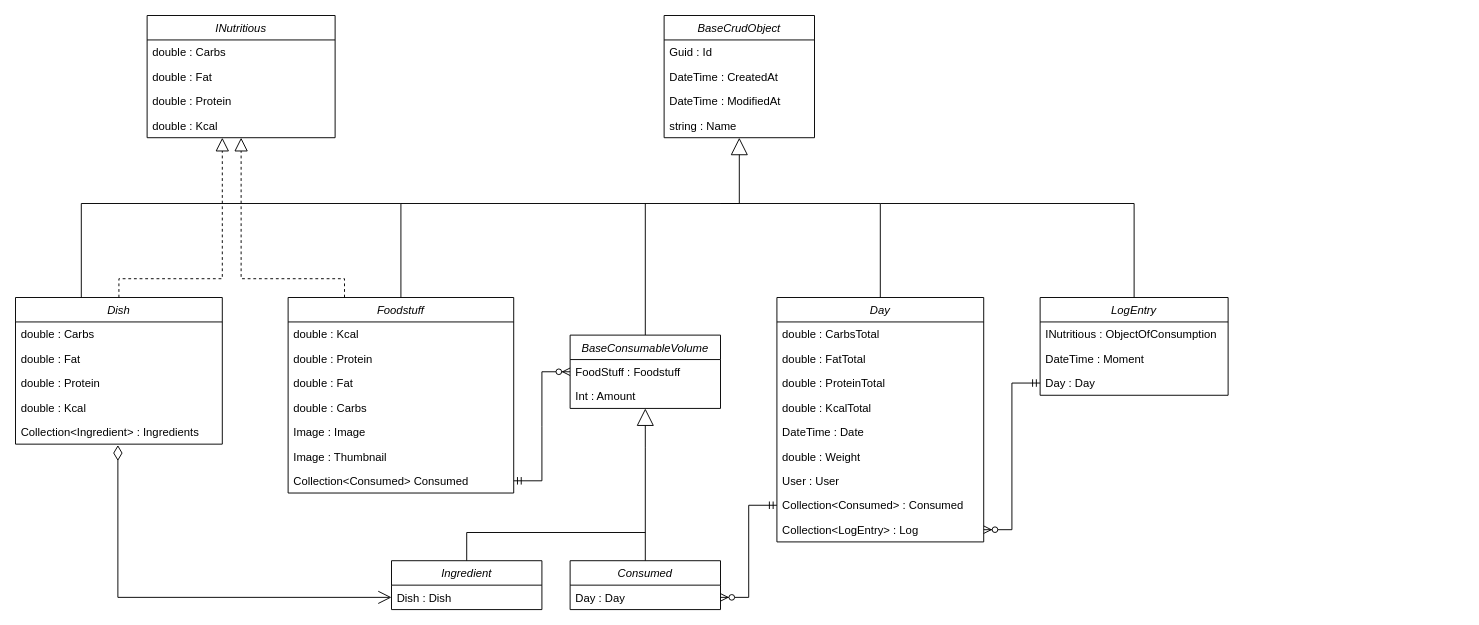
Before: NutrientTreckerRelations.drawio in NytraOG/NutrientTrecker.Blazor, a draw.io diagram. Source tidied: cells renumbered, new cells numbered last; positions are measured from the earlier drawing's top-left corner, leaving out a move shared by most shapes. Both pictures are drawn from the tidied source at 94%, with x=0, y=0 at pixel (15, 15).
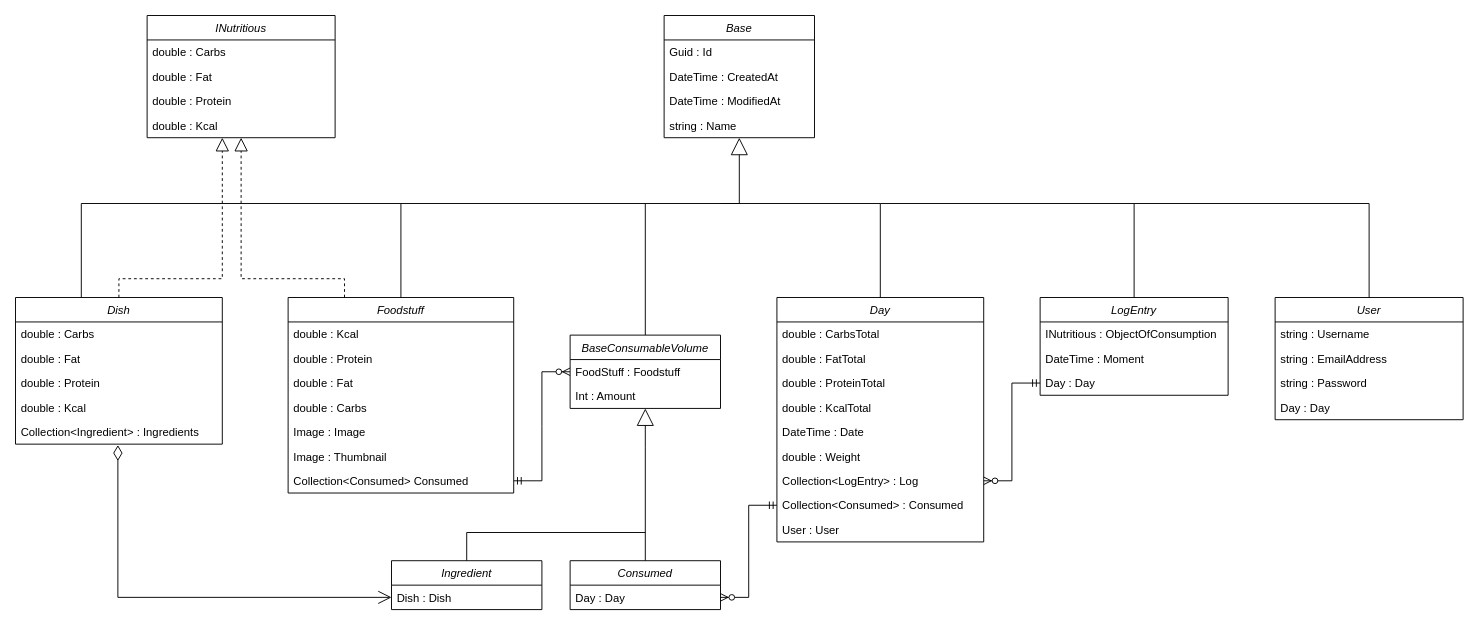
After the change.

Unchanged cells that the change refers to:
```xml
<mxCell id="21" value="Day" style="swimlane;fontStyle=2;align=center;verticalAlign=top;horizontal=1;startSize=26;rounded=0;shadow=0;strokeWidth=1;" parent="1" vertex="1">
  <mxGeometry x="810" y="300" width="220" height="260" as="geometry" />
</mxCell>
```

Diff of the diagram source:
```diff
@@
-    <mxCell id="10" value="BaseCrudObject&#10;" style="swimlane;fontStyle=2;align=center;verticalAlign=top;horizontal=1;startSize=26;rounded=0;shadow=0;strokeWidth=1;" parent="1" vertex="1">
+    <mxCell id="10" value="Base" style="swimlane;fontStyle=2;align=center;verticalAlign=top;horizontal=1;startSize=26;rounded=0;shadow=0;strokeWidth=1;" parent="1" vertex="1">
       <mxGeometry x="690" width="160" height="130" as="geometry" />
     </mxCell>
@@
+    <mxCell id="30" value="Collection&lt;LogEntry&gt; : Log&#10;" style="text;align=left;verticalAlign=top;spacingLeft=4;spacingRight=4;overflow=hidden;points=[[0,0.5],[1,0.5]];portConstraint=eastwest;" parent="21" vertex="1">
+      <mxGeometry y="182" width="220" height="26" as="geometry" />
+    </mxCell>
+    <mxCell id="29" value="Collection&lt;Consumed&gt; : Consumed&#10;" style="text;align=left;verticalAlign=top;spacingLeft=4;spacingRight=4;overflow=hidden;points=[[0,0.5],[1,0.5]];portConstraint=eastwest;" parent="21" vertex="1">
+      <mxGeometry y="208" width="220" height="26" as="geometry" />
+    </mxCell>
     <mxCell id="28" value="User : User" style="text;align=left;verticalAlign=top;spacingLeft=4;spacingRight=4;overflow=hidden;" parent="21" vertex="1">
-      <mxGeometry y="182" width="220" height="26" as="geometry" />
+      <mxGeometry y="234" width="220" height="26" as="geometry" />
     </mxCell>
-    <mxCell id="29" value="Collection&lt;Consumed&gt; : Consumed&#10;" style="text;align=left;verticalAlign=top;spacingLeft=4;spacingRight=4;overflow=hidden;points=[[0,0.5],[1,0.5]];portConstraint=eastwest;" parent="21" vertex="1">
-      <mxGeometry y="208" width="220" height="26" as="geometry" />
-    </mxCell>
-    <mxCell id="30" value="Collection&lt;LogEntry&gt; : Log&#10;" style="text;align=left;verticalAlign=top;spacingLeft=4;spacingRight=4;overflow=hidden;points=[[0,0.5],[1,0.5]];portConstraint=eastwest;" parent="21" vertex="1">
-      <mxGeometry y="234" width="220" height="26" as="geometry" />
-    </mxCell>
@@
+    <mxCell id="60" value="User" style="swimlane;fontStyle=2;align=center;verticalAlign=top;horizontal=1;startSize=26;rounded=0;shadow=0;strokeWidth=1;" parent="1" vertex="1">
+      <mxGeometry x="1340" y="300" width="200" height="130" as="geometry" />
+    </mxCell>
+    <mxCell id="61" value="string : Username" style="text;align=left;verticalAlign=top;spacingLeft=4;spacingRight=4;overflow=hidden;rounded=0;shadow=0;html=0;" parent="60" vertex="1">
+      <mxGeometry y="26" width="200" height="26" as="geometry" />
+    </mxCell>
+    <mxCell id="62" value="string : EmailAddress" style="text;align=left;verticalAlign=top;spacingLeft=4;spacingRight=4;overflow=hidden;rounded=0;shadow=0;html=0;" parent="60" vertex="1">
+      <mxGeometry y="52" width="200" height="26" as="geometry" />
+    </mxCell>
+    <mxCell id="63" value="string : Password" style="text;align=left;verticalAlign=top;spacingLeft=4;spacingRight=4;overflow=hidden;rounded=0;shadow=0;html=0;" parent="60" vertex="1">
+      <mxGeometry y="78" width="200" height="26" as="geometry" />
+    </mxCell>
+    <mxCell id="64" value="Day : Day" style="text;align=left;verticalAlign=top;spacingLeft=4;spacingRight=4;overflow=hidden;rounded=0;shadow=0;html=0;" parent="60" vertex="1">
+      <mxGeometry y="104" width="200" height="26" as="geometry" />
+    </mxCell>
+    <mxCell id="65" style="endArrow=none;html=1;rounded=0;exitX=0.5;exitY=0;exitDx=0;exitDy=0;" parent="1" edge="1" source="60">
+      <mxGeometry relative="1" as="geometry">
+        <mxPoint x="1190" y="200" as="targetPoint" />
+        <Array as="points">
+          <mxPoint x="1440" y="200" />
+        </Array>
+      </mxGeometry>
+    </mxCell>
```
